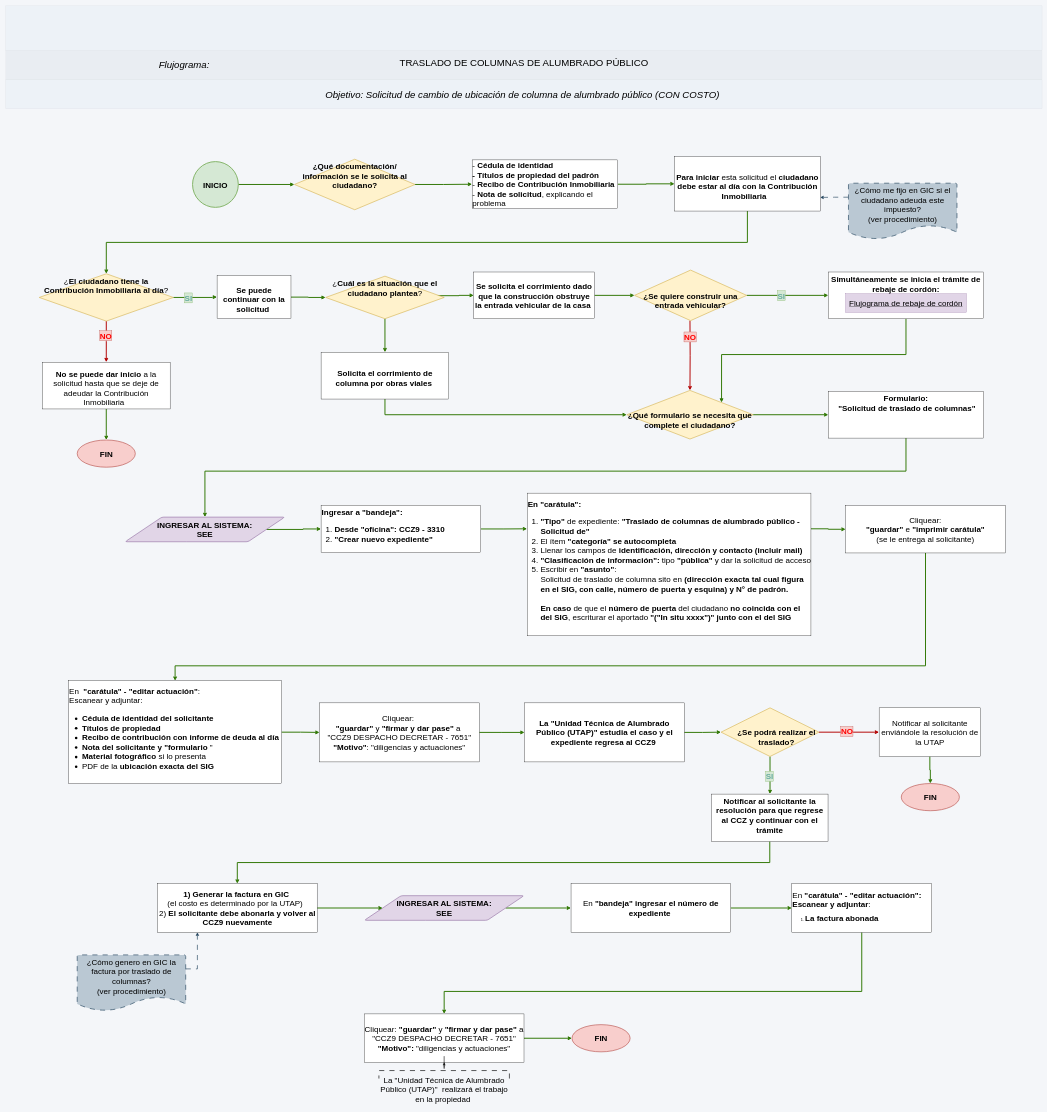
Above: page "Traslado de columnas" (1 of 4) of Traslado_de_columnas/Traslado de columnas.drawio in adlc20/Manual_de_procedimientos_ccz9 (draw.io), before the change. Source tidied: cells renumbered, new cells numbered last; positions are measured from the earlier drawing's top-left corner, leaving out a move shared by most shapes. Both pictures are drawn from the tidied source at 32%, with x=0, y=0 at pixel (5, 5).
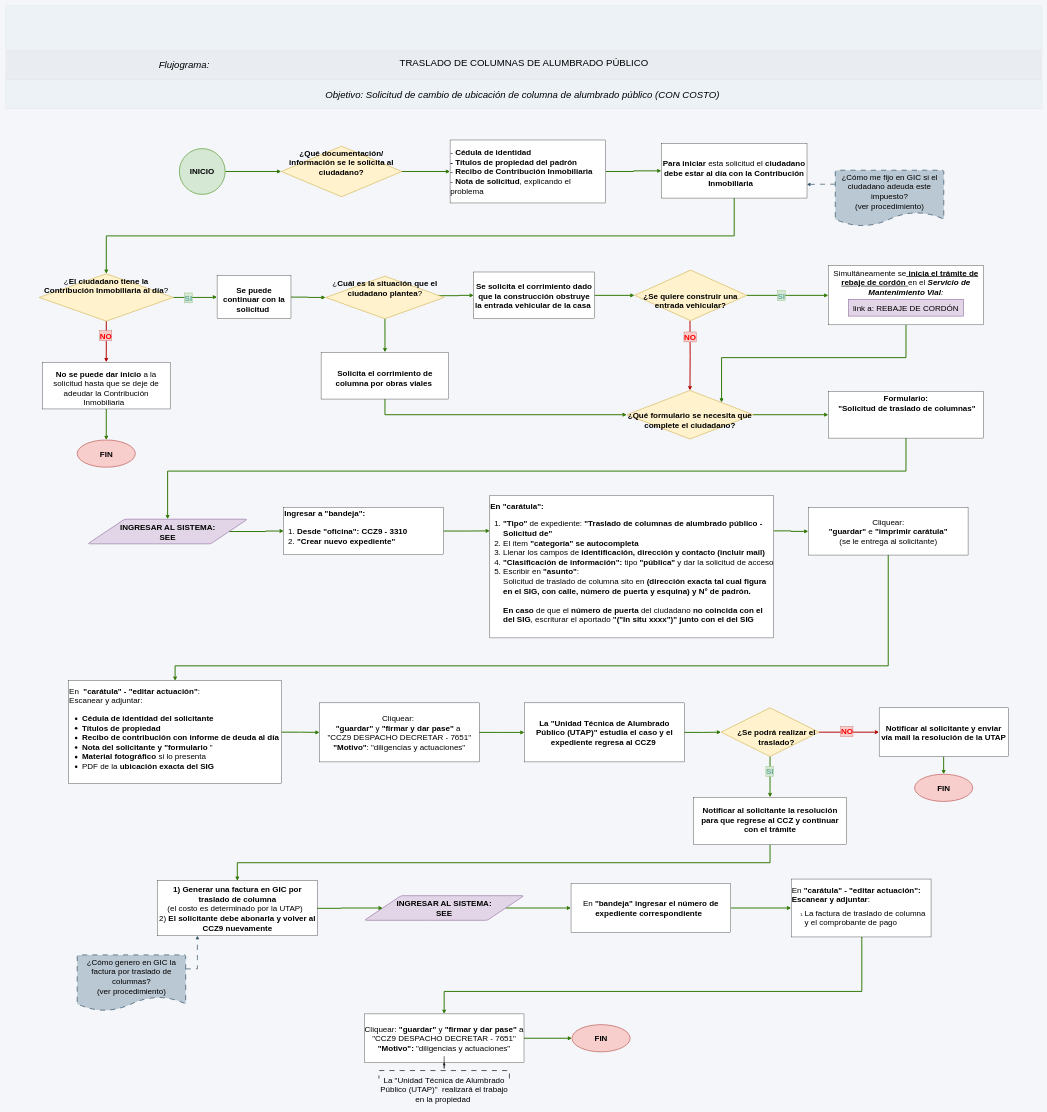
Above is the later version.

Unchanged cells that the change refers to:
```xml
<mxCell id="43" value="&lt;div style=&quot;&quot;&gt;&lt;span style=&quot;font-size: 25px;&quot;&gt;&lt;b&gt;Formulario:&lt;/b&gt;&lt;/span&gt;&lt;/div&gt;&lt;div style=&quot;&quot;&gt;&lt;span style=&quot;font-size: 25px;&quot;&gt;&amp;nbsp;&lt;b&gt;&quot;Solicitud de traslado de columnas&quot;&lt;/b&gt;&lt;/span&gt;&lt;/div&gt;" style="rounded=0;whiteSpace=wrap;html=1;align=center;verticalAlign=top;" parent="1" vertex="1">
  <mxGeometry x="2571.2" y="1205.5" width="485" height="146" as="geometry" />
</mxCell>
<mxCell id="54" value="&lt;font&gt;En&amp;nbsp;&amp;nbsp;&lt;span style=&quot;background-color: transparent;&quot;&gt;&lt;font style=&quot;color: rgb(0, 0, 0);&quot;&gt;&lt;b&gt;&quot;carátula&quot; - &quot;editar actuación&quot;&lt;/b&gt;&lt;/font&gt;&lt;/span&gt;:&amp;nbsp;&lt;/font&gt;&lt;span style=&quot;background-color: transparent; color: light-dark(rgb(0, 0, 0), rgb(255, 255, 255));&quot;&gt;&amp;nbsp;&lt;/span&gt;&lt;div&gt;&lt;span style=&quot;background-color: transparent; color: light-dark(rgb(0, 0, 0), rgb(255, 255, 255));&quot;&gt;Escanear y adjuntar:&lt;/span&gt;&lt;/div&gt;&lt;div&gt;&lt;ul&gt;&lt;li&gt;&lt;span&gt;&lt;b&gt;Cédula de identidad del solicitante&amp;nbsp;&lt;/b&gt;&lt;/span&gt;&lt;/li&gt;&lt;li&gt;&lt;span&gt;&lt;b&gt;Títulos de propiedad&amp;nbsp;&amp;nbsp;&lt;/b&gt;&lt;/span&gt;&lt;/li&gt;&lt;li&gt;&lt;b&gt;Recibo de contribución con informe de deuda al día&lt;/b&gt;&lt;/li&gt;&lt;li&gt;&lt;span&gt;&lt;b&gt;Nota del solicitante y &quot;formulario &lt;/b&gt;&quot;&lt;b&gt;&amp;nbsp;&lt;/b&gt;&lt;/span&gt;&lt;/li&gt;&lt;li&gt;&lt;span style=&quot;background-color: transparent; color: light-dark(rgb(0, 0, 0), rgb(255, 255, 255));&quot;&gt;&lt;b&gt;Material fotográfico&lt;/b&gt; si lo presenta&lt;/span&gt;&lt;/li&gt;&lt;li&gt;&lt;span&gt;PDF de la&lt;b&gt; ubicación exacta del SIG&lt;/b&gt;&lt;/span&gt;&lt;/li&gt;&lt;/ul&gt;&lt;/div&gt;" style="rounded=0;whiteSpace=wrap;html=1;align=left;fontSize=25;" parent="1" vertex="1">
  <mxGeometry x="197.2" y="2110" width="665" height="321" as="geometry" />
</mxCell>
<mxCell id="63" style="edgeStyle=orthogonalEdgeStyle;rounded=0;jettySize=auto;html=1;exitX=0.5;exitY=1;exitDx=0;exitDy=0;fillColor=#60a917;strokeColor=#2D7600;strokeWidth=3;entryX=0.5;entryY=0;entryDx=0;entryDy=0;" parent="1" edge="1" source="67" target="62">
  <mxGeometry relative="1" as="geometry">
    <Array as="points">
      <mxPoint x="2388.1" y="2456" />
      <mxPoint x="2388.1" y="2456" />
    </Array>
  </mxGeometry>
</mxCell>
```

Diff of the diagram source:
```diff
@@
     <mxCell id="6" value="&lt;div style=&quot;text-align: left;&quot;&gt;&lt;span style=&quot;font-size: 12px;&quot;&gt;&lt;br&gt;&lt;/span&gt;&lt;/div&gt;&lt;div style=&quot;text-align: left;&quot;&gt;&lt;font style=&quot;font-size: 25px;&quot;&gt;- &lt;b&gt;Cédula de identidad&lt;/b&gt;&lt;/font&gt;&lt;/div&gt;&lt;div style=&quot;text-align: left;&quot;&gt;&lt;font style=&quot;font-size: 25px;&quot;&gt;&lt;b&gt;- Títulos de propiedad del padrón&lt;/b&gt;&lt;/font&gt;&lt;/div&gt;&lt;div style=&quot;text-align: left;&quot;&gt;&lt;font style=&quot;font-size: 25px;&quot;&gt;- &lt;b&gt;Recibo de Contribución Inmobiliaria&lt;/b&gt;&lt;/font&gt;&lt;/div&gt;&lt;div style=&quot;text-align: left;&quot;&gt;&lt;font style=&quot;font-size: 25px;&quot;&gt;- &lt;b&gt;Nota de solicitud&lt;/b&gt;, explicando el problema&lt;/font&gt;&lt;/div&gt;&lt;div&gt;&lt;br&gt;&lt;/div&gt;" style="rounded=0;whiteSpace=wrap;html=1;verticalAlign=middle;" parent="1" vertex="1">
-      <mxGeometry x="1458" y="482.2" width="455" height="152" as="geometry" />
+      <mxGeometry x="1389" y="420" width="486.4" height="196.8" as="geometry" />
     </mxCell>
@@
-    <mxCell id="15" value="&lt;div style=&quot;&quot;&gt;&lt;span style=&quot;font-size: 25px;&quot;&gt;&lt;b&gt;Simultáneamente se inicia el trámite de rebaje de cordón:&lt;/b&gt;&lt;/span&gt;&lt;/div&gt;" style="rounded=0;whiteSpace=wrap;html=1;align=center;verticalAlign=top;" parent="1" vertex="1">
-      <mxGeometry x="2571.2" y="832.5" width="485" height="146" as="geometry" />
+    <mxCell id="15" value="&lt;div style=&quot;&quot;&gt;&lt;span style=&quot;font-size: 25px;&quot;&gt;Simultáneamente se&lt;u style=&quot;&quot;&gt;&lt;b&gt; inicia el trámite de rebaje de cordón &lt;/b&gt;&lt;/u&gt;en el&lt;b&gt; &lt;/b&gt;&lt;i style=&quot;&quot;&gt;&lt;b&gt;Servicio de Mantenimiento Vial&lt;/b&gt;:&lt;/i&gt;&lt;/span&gt;&lt;/div&gt;" style="rounded=0;whiteSpace=wrap;html=1;align=center;verticalAlign=top;" parent="1" vertex="1">
+      <mxGeometry x="2571.2" y="813.2" width="485" height="184.5" as="geometry" />
     </mxCell>
@@
-    <mxCell id="21" value="&lt;span style=&quot;font-size: 25px;&quot;&gt;Flujograma de rebaje de cordón&lt;/span&gt;" style="rounded=0;whiteSpace=wrap;html=1;fillColor=#e1d5e7;strokeColor=#9673a6;fontStyle=4;" parent="1" vertex="1">
-      <mxGeometry x="2625.2" y="900.5" width="377" height="58" as="geometry" />
-    </mxCell>
@@
     <mxCell id="26" value="&lt;font style=&quot;font-size: 25px;&quot;&gt;&lt;b&gt;INICIO&lt;/b&gt;&lt;/font&gt;" style="ellipse;whiteSpace=wrap;html=1;shapeInside=1;fillColor=#d5e8d4;strokeColor=#82b366;strokeWidth=3;" parent="1" vertex="1">
-      <mxGeometry x="584.2" y="487.5" width="143" height="143" as="geometry" />
+      <mxGeometry x="543" y="446.9" width="143" height="143" as="geometry" />
     </mxCell>
@@
     <mxCell id="28" value="&lt;span style=&quot;font-size: 25px; background-color: transparent; color: light-dark(rgb(0, 0, 0), rgb(255, 255, 255));&quot;&gt;&lt;b&gt;¿Qué documentación/ información se le solicita al ciudadano?&lt;/b&gt;&lt;/span&gt;" style="rhombus;whiteSpace=wrap;html=1;shapeInside=1;fillColor=#fff2cc;strokeColor=#d6b656;strokeWidth=2;verticalAlign=top;align=center;" parent="1" vertex="1">
-      <mxGeometry x="902.6" y="480" width="377" height="158" as="geometry" />
+      <mxGeometry x="861.4" y="439.4" width="377" height="158" as="geometry" />
     </mxCell>
@@
     <mxCell id="39" value="&lt;div style=&quot;&quot;&gt;&lt;span style=&quot;font-size: 12px;&quot;&gt;&lt;br&gt;&lt;/span&gt;&lt;/div&gt;&lt;div style=&quot;&quot;&gt;&lt;font style=&quot;font-size: 25px;&quot;&gt;&lt;b&gt;Para iniciar&lt;/b&gt; esta solicitud el &lt;b&gt;ciudadano debe estar al día con la Contribución Inmobiliaria&amp;nbsp; &lt;/b&gt;&amp;nbsp;&lt;/font&gt;&lt;/div&gt;" style="rounded=0;whiteSpace=wrap;html=1;align=center;" parent="1" vertex="1">
-      <mxGeometry x="2090.6" y="472" width="455" height="170" as="geometry" />
+      <mxGeometry x="2049.4" y="431.4" width="455" height="170" as="geometry" />
     </mxCell>
@@
     <mxCell id="41" value="&lt;font style=&quot;font-size: 25px;&quot;&gt;¿Cómo me fijo en GIC si el ciudadano adeuda este impuesto?&lt;/font&gt;&lt;div&gt;&lt;font style=&quot;font-size: 25px;&quot;&gt;(ver procedimiento)&lt;/font&gt;&lt;/div&gt;" style="strokeWidth=2;html=1;shape=mxgraph.flowchart.document2;whiteSpace=wrap;size=0.25;fillColor=#bac8d3;strokeColor=#23445d;dashed=1;dashPattern=8 8;verticalAlign=top;" parent="1" vertex="1">
-      <mxGeometry x="2634" y="555" width="339" height="175" as="geometry" />
+      <mxGeometry x="2592.8" y="514.4" width="339" height="175" as="geometry" />
     </mxCell>
     <mxCell id="42" style="edgeStyle=orthogonalEdgeStyle;rounded=0;jettySize=auto;html=1;exitX=0.5;exitY=1;exitDx=0;exitDy=0;fillColor=#60a917;strokeColor=#2D7600;strokeWidth=3;entryX=0.5;entryY=0;entryDx=0;entryDy=0;" parent="1" edge="1" source="43" target="46">
       <mxGeometry relative="1" as="geometry">
         <Array as="points">
-          <mxPoint x="2813.9" y="1454.8" />
-          <mxPoint x="622.9" y="1454.8" />
+          <mxPoint x="2813.7" y="1454.7" />
+          <mxPoint x="506.3" y="1454.7" />
         </Array>
       </mxGeometry>
     </mxCell>
@@
     <mxCell id="46" value="&lt;font style=&quot;font-size: 25px;&quot;&gt;&lt;b&gt;INGRESAR AL SISTEMA:&lt;/b&gt;&lt;/font&gt;&lt;div&gt;&lt;font style=&quot;font-size: 25px;&quot;&gt;&lt;b&gt;SEE&lt;/b&gt;&lt;/font&gt;&lt;/div&gt;" style="shape=parallelogram;html=1;strokeWidth=2;perimeter=parallelogramPerimeter;whiteSpace=wrap;rounded=1;arcSize=12;size=0.23;fillColor=#e1d5e7;strokeColor=#9673a6;" parent="1" vertex="1">
-      <mxGeometry x="373.4" y="1598.5" width="499" height="77" as="geometry" />
+      <mxGeometry x="256.8" y="1605" width="499" height="77" as="geometry" />
     </mxCell>
@@
     <mxCell id="48" value="&lt;span&gt;&lt;b&gt;Ingresar a &quot;bandeja&quot;:&lt;/b&gt;&lt;/span&gt;&lt;div&gt;&lt;ol&gt;&lt;li&gt;&lt;span&gt;&lt;b&gt;Desde &quot;oficina&quot;: CCZ9 - 3310&lt;/b&gt;&lt;/span&gt;&lt;/li&gt;&lt;li&gt;&lt;span&gt;&lt;b&gt;&quot;Crear nuevo expediente&quot;&lt;/b&gt;&lt;/span&gt;&lt;/li&gt;&lt;/ol&gt;&lt;/div&gt;" style="rounded=0;whiteSpace=wrap;html=1;align=left;fontSize=25;" parent="1" vertex="1">
-      <mxGeometry x="985.9" y="1561.5" width="499" height="148" as="geometry" />
+      <mxGeometry x="869.3" y="1568" width="499" height="148" as="geometry" />
     </mxCell>
@@
     <mxCell id="50" value="&lt;span style=&quot;color: rgb(0, 0, 0);&quot;&gt;&lt;b&gt;En &quot;carátula&quot;:&lt;/b&gt;&amp;nbsp;&lt;/span&gt;&lt;div&gt;&lt;ol&gt;&lt;li&gt;&lt;span style=&quot;color: rgb(0, 0, 0);&quot;&gt;&lt;span&gt;&lt;b&gt;&quot;Tipo&quot;&lt;/b&gt; de expediente: &lt;b&gt;&quot;Traslado de columnas de alumbrado público - Solicitud de&quot;&lt;/b&gt;&lt;/span&gt;&lt;/span&gt;&lt;/li&gt;&lt;li&gt;&lt;span style=&quot;color: rgb(0, 0, 0);&quot;&gt;El ítem&lt;b&gt; &quot;categoría&quot; se autocompleta&lt;/b&gt;&lt;/span&gt;&lt;/li&gt;&lt;li&gt;&lt;span style=&quot;color: rgb(0, 0, 0);&quot;&gt;Llenar los campos de &lt;b&gt;identificación, dirección y contacto (incluir mail)&lt;/b&gt;&lt;/span&gt;&lt;/li&gt;&lt;li&gt;&lt;span style=&quot;color: rgb(0, 0, 0);&quot;&gt;&lt;b&gt;&quot;Clasificación de información&quot;:&lt;/b&gt; tipo &lt;b&gt;&quot;pública&quot;&lt;/b&gt; y dar la solicitud de acceso&lt;/span&gt;&lt;/li&gt;&lt;li&gt;&lt;span style=&quot;color: rgb(0, 0, 0);&quot;&gt;Escribir en&lt;b&gt; &quot;asunto&quot;&lt;/b&gt;:&amp;nbsp;&lt;/span&gt;&lt;font style=&quot;text-align: center; background-color: transparent;&quot;&gt;&lt;div style=&quot;text-align: left;&quot;&gt;&lt;font style=&quot;background-color: transparent; color: light-dark(rgb(0, 0, 0), rgb(255, 255, 255));&quot;&gt;Solicitud de traslado de columna sito en&lt;/font&gt;&lt;b style=&quot;background-color: transparent; color: light-dark(rgb(0, 0, 0), rgb(255, 255, 255));&quot;&gt;&amp;nbsp;&lt;span style=&quot;background-color: transparent; color: light-dark(rgb(0, 0, 0), rgb(255, 255, 255));&quot;&gt;(dirección exacta tal cual figura en el SIG, con calle, número de puerta y esquina) y N° de padrón.&lt;/span&gt;&lt;span style=&quot;background-color: transparent; color: light-dark(rgb(0, 0, 0), rgb(255, 255, 255));&quot;&gt;&amp;nbsp;&lt;/span&gt;&lt;/b&gt;&lt;/div&gt;&lt;/font&gt;&lt;div&gt;&lt;span&gt;&lt;br&gt;&lt;/span&gt;&lt;div&gt;&lt;span&gt;&lt;b&gt;En caso&lt;/b&gt; de que el &lt;b&gt;número de puerta&lt;/b&gt; del ciudadano&lt;b&gt; no coincida&lt;/b&gt; &lt;b&gt;con el del SIG&lt;/b&gt;, escriturar el aportado&lt;b&gt; &quot;(&quot;In situ xxxx&quot;)&quot; junto con el del SIG&lt;/b&gt;&lt;/span&gt;&lt;/div&gt;&lt;/div&gt;&lt;/li&gt;&lt;/ol&gt;&lt;/div&gt;" style="rounded=0;whiteSpace=wrap;html=1;align=left;fontSize=25;" parent="1" vertex="1">
-      <mxGeometry x="1629.9" y="1523.5" width="886.8" height="446" as="geometry" />
+      <mxGeometry x="1513.3" y="1530" width="886.8" height="446" as="geometry" />
     </mxCell>
     <mxCell id="51" style="edgeStyle=orthogonalEdgeStyle;rounded=0;jettySize=auto;html=1;exitX=0.5;exitY=1;exitDx=0;exitDy=0;entryX=0.5;entryY=0;entryDx=0;entryDy=0;fillColor=#60a917;strokeColor=#2D7600;strokeWidth=3;" parent="1" edge="1" source="52" target="54">
       <mxGeometry relative="1" as="geometry">
         <Array as="points">
-          <mxPoint x="2874.8" y="2063.2" />
-          <mxPoint x="529.8" y="2063.2" />
+          <mxPoint x="2758.3" y="2063.3" />
+          <mxPoint x="529.7" y="2063.3" />
         </Array>
       </mxGeometry>
     </mxCell>
     <mxCell id="52" value="&lt;font&gt;Cliquear:&lt;/font&gt;&lt;div&gt;&lt;font&gt;&lt;b&gt;&quot;guardar&quot;&lt;/b&gt; e &lt;b&gt;&quot;imprimir carátula&quot;&lt;/b&gt;&lt;/font&gt;&lt;div&gt;&lt;font&gt;(se le entrega al solicitante)&lt;/font&gt;&lt;/div&gt;&lt;/div&gt;" style="rounded=0;whiteSpace=wrap;html=1;align=center;fontSize=25;" parent="1" vertex="1">
-      <mxGeometry x="2625.2" y="1562.5" width="499" height="148" as="geometry" />
+      <mxGeometry x="2508.7" y="1569" width="499" height="148" as="geometry" />
     </mxCell>
@@
-    <mxCell id="62" value="&lt;b&gt;Notificar al solicitante la resolución para que regrese al CCZ y continuar con el trámite&lt;/b&gt;&lt;div&gt;&lt;br&gt;&lt;/div&gt;" style="rounded=0;whiteSpace=wrap;html=1;align=center;fontSize=25;verticalAlign=top;" parent="1" vertex="1">
-      <mxGeometry x="2206" y="2464" width="364.1" height="148" as="geometry" />
+    <mxCell id="62" value="&lt;b&gt;Notificar al solicitante la resolución para que regrese al CCZ y continuar con el trámite&lt;/b&gt;&lt;div&gt;&lt;br&gt;&lt;/div&gt;" style="rounded=0;whiteSpace=wrap;html=1;align=center;fontSize=25;verticalAlign=bottom;" parent="1" vertex="1">
+      <mxGeometry x="2149.9" y="2474" width="477.9" height="148" as="geometry" />
     </mxCell>
@@
     <mxCell id="64" value="&lt;font style=&quot;font-size: 25px;&quot;&gt;&lt;b style=&quot;color: rgb(103, 171, 159);&quot;&gt;SI&lt;/b&gt;&lt;/font&gt;" style="edgeLabel;html=1;align=center;verticalAlign=middle;labelBackgroundColor=#d5e8d4;labelBorderColor=#82b366;" parent="63" vertex="1">
       <mxGeometry x="-0.92" y="4" relative="1" as="geometry">
-        <mxPoint x="-6" y="56" as="offset" />
+        <mxPoint x="-5" y="41" as="offset" />
       </mxGeometry>
     </mxCell>
@@
-    <mxCell id="69" value="Notificar al solicitante enviándole la resolución de la UTAP" style="rounded=0;whiteSpace=wrap;html=1;align=center;fontSize=25;" parent="1" vertex="1">
-      <mxGeometry x="2729.8" y="2194.5" width="317" height="152" as="geometry" />
+    <mxCell id="69" value="&lt;b&gt;Notificar al solicitante y enviar vía mail la resolución de la UTAP&lt;/b&gt;" style="rounded=0;whiteSpace=wrap;html=1;align=center;fontSize=25;" parent="1" vertex="1">
+      <mxGeometry x="2729.8" y="2194.5" width="403.2" height="152" as="geometry" />
     </mxCell>
@@
-    <mxCell id="73" value="&lt;b&gt;1) Generar la factura en GIC&amp;nbsp;&lt;/b&gt;&lt;div&gt;(el costo es determinado por la UTAP)&amp;nbsp;&lt;b&gt;&amp;nbsp;&lt;/b&gt;&lt;div&gt;2) &lt;b&gt;El solicitante debe abonarla y volver al CCZ9 nuevamente&lt;/b&gt;&lt;/div&gt;&lt;/div&gt;" style="rounded=0;whiteSpace=wrap;html=1;align=center;fontSize=25;" parent="1" vertex="1">
-      <mxGeometry x="474.6" y="2744" width="499" height="152" as="geometry" />
+    <mxCell id="73" value="&lt;b&gt;1) Generar una factura en GIC por traslado de columna&lt;/b&gt;&lt;div&gt;(el costo es determinado por la UTAP)&amp;nbsp;&lt;b&gt;&amp;nbsp;&lt;/b&gt;&lt;div&gt;2) &lt;b&gt;El solicitante debe abonarla y volver al CCZ9 nuevamente&lt;/b&gt;&lt;/div&gt;&lt;/div&gt;" style="rounded=0;whiteSpace=wrap;html=1;align=center;fontSize=25;" parent="1" vertex="1">
+      <mxGeometry x="474.6" y="2735" width="499" height="172" as="geometry" />
     </mxCell>
@@
-    <mxCell id="77" value="&lt;div&gt;&lt;font style=&quot;font-size: 25px;&quot;&gt;En&amp;nbsp;&lt;b style=&quot;&quot;&gt;&quot;bandeja&quot;&lt;/b&gt;&amp;nbsp;&lt;b style=&quot;&quot;&gt;ingresar el número de expediente&amp;nbsp;&lt;/b&gt;&lt;/font&gt;&lt;/div&gt;" style="rounded=0;whiteSpace=wrap;html=1;" parent="1" vertex="1">
+    <mxCell id="77" value="&lt;div&gt;&lt;font style=&quot;font-size: 25px;&quot;&gt;En&amp;nbsp;&lt;b style=&quot;&quot;&gt;&quot;bandeja&quot;&lt;/b&gt;&amp;nbsp;&lt;b style=&quot;&quot;&gt;ingresar el número de expediente correspondiente&amp;nbsp;&amp;nbsp;&lt;/b&gt;&lt;/font&gt;&lt;/div&gt;" style="rounded=0;whiteSpace=wrap;html=1;" parent="1" vertex="1">
       <mxGeometry x="1767" y="2744" width="499" height="152" as="geometry" />
     </mxCell>
@@
-    <mxCell id="79" value="&lt;div&gt;&lt;span style=&quot;background-color: transparent; color: light-dark(rgb(0, 0, 0), rgb(255, 255, 255));&quot;&gt;&lt;font style=&quot;font-size: 25px;&quot;&gt;En&lt;b style=&quot;&quot;&gt; &quot;carátula&quot; - &quot;editar actuación&quot;:&lt;/b&gt;&amp;nbsp;&lt;/font&gt;&lt;/span&gt;&lt;/div&gt;&lt;div&gt;&lt;font style=&quot;font-size: 25px;&quot;&gt;&lt;b&gt;Escanear y adjuntar&lt;/b&gt;:&amp;nbsp;&lt;/font&gt;&lt;/div&gt;&lt;div&gt;&lt;ol&gt;&lt;li&gt;&lt;b style=&quot;&quot;&gt;&lt;font style=&quot;font-size: 25px;&quot;&gt;La factura abonada&lt;/font&gt;&lt;/b&gt;&lt;/li&gt;&lt;/ol&gt;&lt;/div&gt;" style="rounded=0;whiteSpace=wrap;html=1;align=left;" parent="1" vertex="1">
-      <mxGeometry x="2457" y="2744" width="437" height="152" as="geometry" />
+    <mxCell id="79" value="&lt;div&gt;&lt;span style=&quot;background-color: transparent; color: light-dark(rgb(0, 0, 0), rgb(255, 255, 255));&quot;&gt;&lt;font style=&quot;font-size: 25px;&quot;&gt;En&lt;b style=&quot;&quot;&gt; &quot;carátula&quot; - &quot;editar actuación&quot;:&lt;/b&gt;&amp;nbsp;&lt;/font&gt;&lt;/span&gt;&lt;/div&gt;&lt;div&gt;&lt;font style=&quot;font-size: 25px;&quot;&gt;&lt;b&gt;Escanear y adjuntar&lt;/b&gt;:&amp;nbsp;&lt;/font&gt;&lt;/div&gt;&lt;div&gt;&lt;ol&gt;&lt;li&gt;&lt;font style=&quot;font-size: 25px;&quot;&gt;La factura de traslado de columna y el comprobante de pago&lt;/font&gt;&lt;/li&gt;&lt;/ol&gt;&lt;/div&gt;" style="rounded=0;whiteSpace=wrap;html=1;align=left;" parent="1" vertex="1">
+      <mxGeometry x="2455" y="2729.5" width="437" height="181" as="geometry" />
     </mxCell>
@@
     <mxCell id="86" value="&lt;b&gt;&lt;font style=&quot;font-size: 25px;&quot;&gt;FIN&lt;/font&gt;&lt;/b&gt;" style="strokeWidth=2;html=1;shape=mxgraph.flowchart.start_1;whiteSpace=wrap;fillColor=#f8cecc;strokeColor=#b85450;" parent="1" vertex="1">
-      <mxGeometry x="2799" y="2431" width="181.6" height="85" as="geometry" />
+      <mxGeometry x="2840.6" y="2402" width="181.6" height="85" as="geometry" />
     </mxCell>
+    <mxCell id="87" value="&lt;font style=&quot;font-size: 25px;&quot;&gt;link a: REBAJE DE CORDÓN&lt;/font&gt;" style="text;html=1;whiteSpace=wrap;strokeColor=#9673a6;fillColor=#e1d5e7;align=center;verticalAlign=middle;rounded=0;strokeWidth=2;" parent="1" vertex="1">
+      <mxGeometry x="2634.2" y="917.8" width="359" height="52.5" as="geometry" />
+    </mxCell>
```
